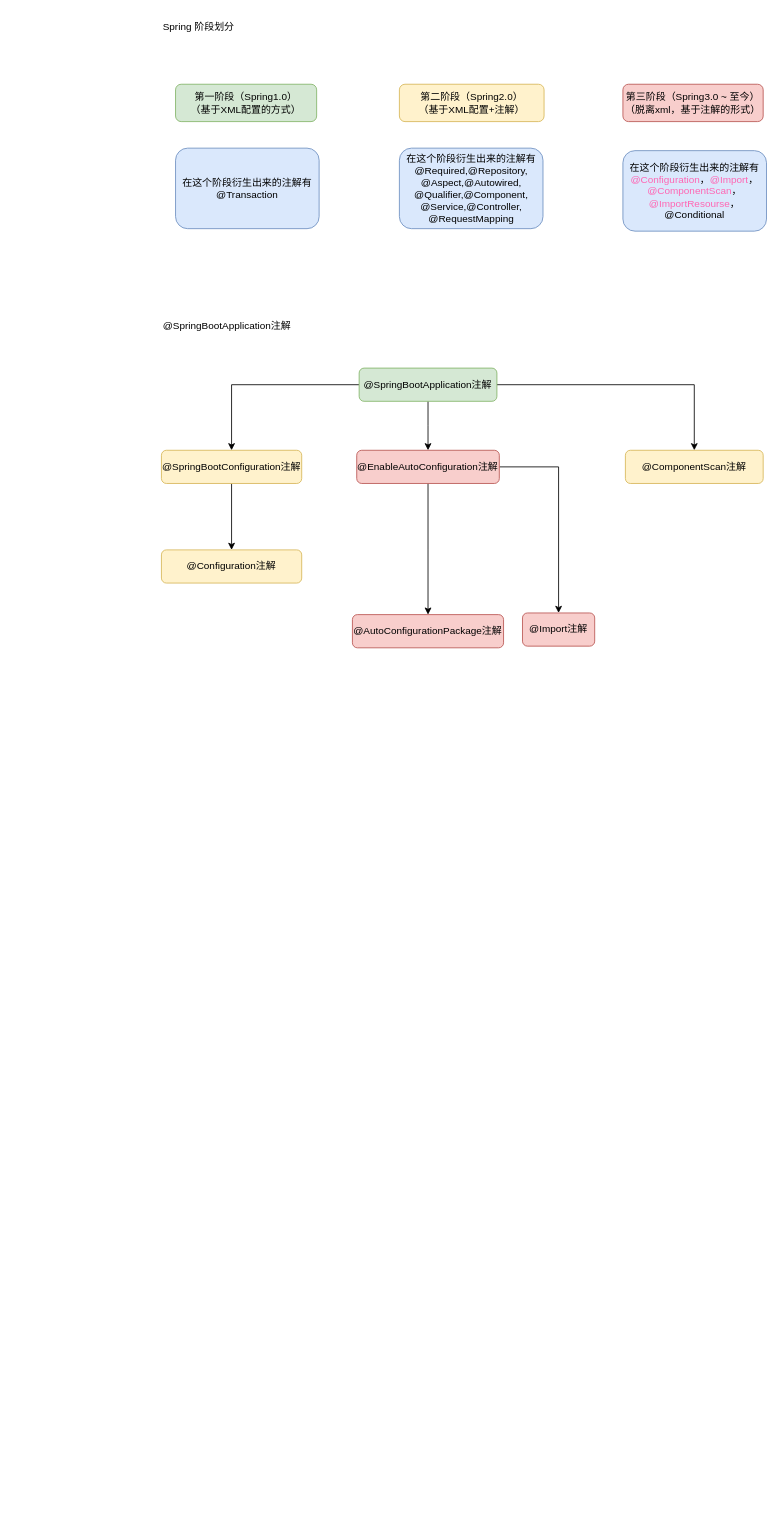
Above: Springboot/SpringBoot自动装配.drawio in niuxiaocong/knowledage-notes (draw.io), before the change. Source tidied: cells renumbered, new cells numbered last; positions are measured from the earlier drawing's top-left corner, leaving out a move shared by most shapes. Both pictures are drawn from the tidied source at 83%, with x=0, y=0 at pixel (161, 14).
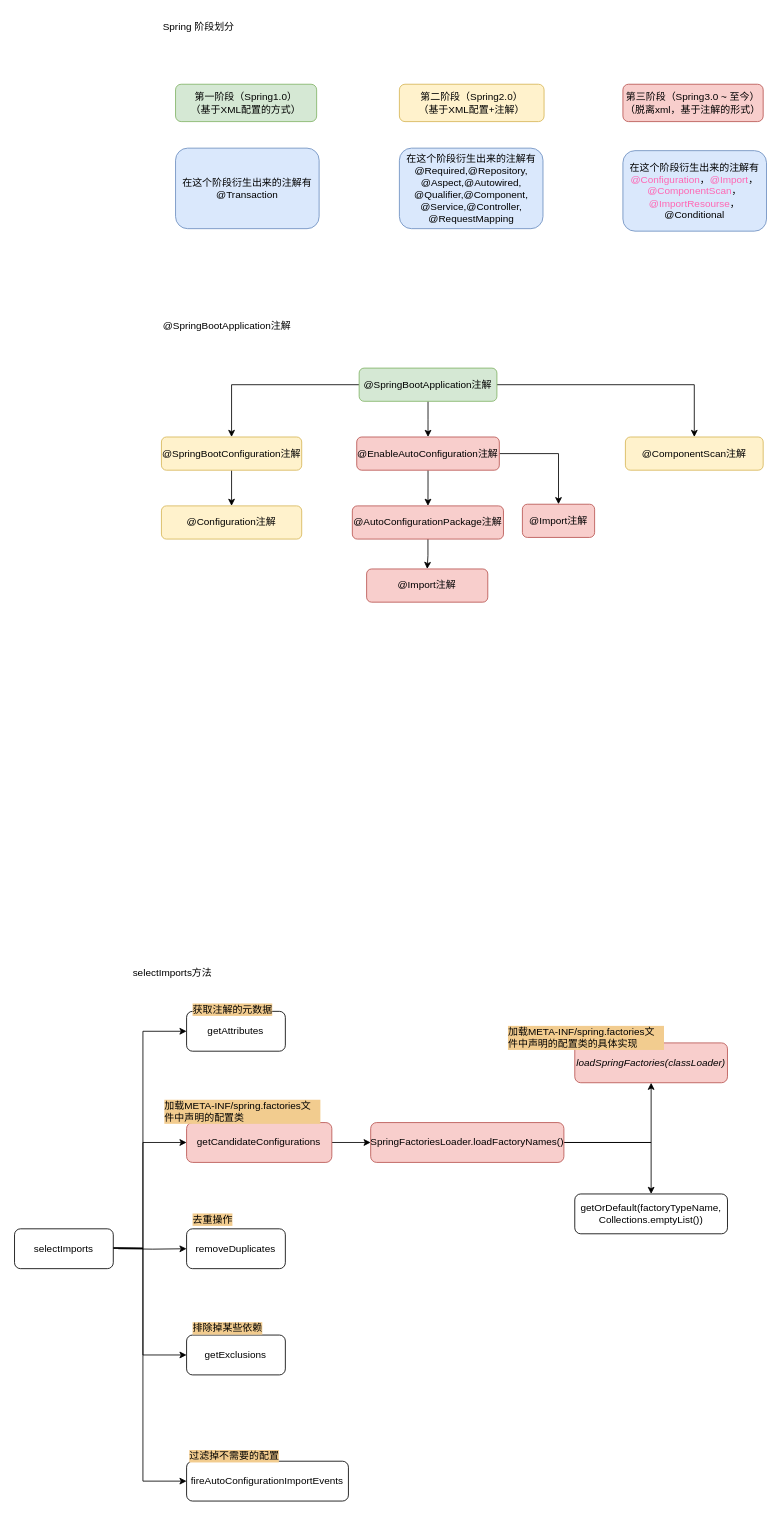
After the change.

Commit message:
更新SpringBoot自动装配.drawio

Diff of the diagram source:
```diff
@@
     <mxCell id="13" value="@SpringBootConfiguration注解" style="rounded=1;whiteSpace=wrap;html=1;fillColor=#fff2cc;strokeColor=#d6b656;" parent="1" vertex="1">
-      <mxGeometry y="525" width="169" height="40" as="geometry" />
+      <mxGeometry y="509" width="169" height="40" as="geometry" />
     </mxCell>
@@
     <mxCell id="16" value="@EnableAutoConfiguration注解" style="rounded=1;whiteSpace=wrap;html=1;fillColor=#f8cecc;strokeColor=#b85450;" parent="1" vertex="1">
-      <mxGeometry x="235.3" y="525" width="171.8" height="40" as="geometry" />
+      <mxGeometry x="235.3" y="509" width="171.8" height="40" as="geometry" />
     </mxCell>
     <mxCell id="17" value="@ComponentScan注解" style="rounded=1;whiteSpace=wrap;html=1;fillColor=#fff2cc;strokeColor=#d6b656;" parent="1" vertex="1">
-      <mxGeometry x="559" y="525" width="166" height="40" as="geometry" />
+      <mxGeometry x="559" y="509" width="166" height="40" as="geometry" />
     </mxCell>
     <mxCell id="18" value="@Configuration注解" style="rounded=1;whiteSpace=wrap;html=1;fillColor=#fff2cc;strokeColor=#d6b656;" parent="1" vertex="1">
-      <mxGeometry y="645" width="169" height="40" as="geometry" />
+      <mxGeometry y="592" width="169" height="40" as="geometry" />
     </mxCell>
+    <mxCell id="23" style="edgeStyle=orthogonalEdgeStyle;rounded=0;jettySize=auto;html=1;" parent="1" edge="1" source="19" target="24">
+      <mxGeometry relative="1" as="geometry" />
+    </mxCell>
     <mxCell id="19" value="@AutoConfigurationPackage注解" style="rounded=1;whiteSpace=wrap;html=1;fillColor=#f8cecc;strokeColor=#b85450;" parent="1" vertex="1">
-      <mxGeometry x="230.1" y="723" width="182.1" height="40" as="geometry" />
+      <mxGeometry x="230" y="592" width="182.1" height="40" as="geometry" />
     </mxCell>
     <mxCell id="20" value="@Import注解" style="rounded=1;whiteSpace=wrap;html=1;fillColor=#f8cecc;strokeColor=#b85450;" parent="1" vertex="1">
-      <mxGeometry x="435" y="721" width="87" height="40" as="geometry" />
+      <mxGeometry x="434.9" y="590" width="87" height="40" as="geometry" />
     </mxCell>
@@
+    <mxCell id="24" value="@Import注解" style="rounded=1;whiteSpace=wrap;html=1;fillColor=#f8cecc;strokeColor=#b85450;" parent="1" vertex="1">
+      <mxGeometry x="247.2" y="668" width="146" height="40" as="geometry" />
+    </mxCell>
+    <mxCell id="25" value="&lt;span style=&quot;text-align: left;&quot;&gt;selectImports方法&lt;/span&gt;" style="text;html=1;align=center;verticalAlign=middle;whiteSpace=wrap;rounded=0;" parent="1" vertex="1">
+      <mxGeometry x="-46" y="1140" width="119" height="30" as="geometry" />
+    </mxCell>
+    <mxCell id="26" style="edgeStyle=orthogonalEdgeStyle;rounded=0;jettySize=auto;html=1;" parent="1" edge="1" source="27" target="45">
+      <mxGeometry relative="1" as="geometry" />
+    </mxCell>
+    <mxCell id="27" value="&lt;div style=&quot;text-align: left;&quot;&gt;&lt;span style=&quot;&quot;&gt;getCandidateConfigurations&lt;/span&gt;&lt;/div&gt;" style="rounded=1;whiteSpace=wrap;html=1;labelBackgroundColor=none;fillColor=#f8cecc;strokeColor=#b85450;" parent="1" vertex="1">
+      <mxGeometry x="30.3" y="1335" width="175" height="48" as="geometry" />
+    </mxCell>
+    <mxCell id="28" style="edgeStyle=orthogonalEdgeStyle;rounded=0;jettySize=auto;html=1;entryX=0;entryY=0.5;entryDx=0;entryDy=0;" parent="1" edge="1" target="27">
+      <mxGeometry relative="1" as="geometry">
+        <mxPoint x="-76" y="1486" as="sourcePoint" />
+      </mxGeometry>
+    </mxCell>
+    <mxCell id="29" style="edgeStyle=orthogonalEdgeStyle;rounded=0;jettySize=auto;html=1;entryX=0;entryY=0.5;entryDx=0;entryDy=0;" parent="1" edge="1" target="37">
+      <mxGeometry relative="1" as="geometry">
+        <mxPoint x="-76" y="1486" as="sourcePoint" />
+      </mxGeometry>
+    </mxCell>
+    <mxCell id="30" style="edgeStyle=orthogonalEdgeStyle;rounded=0;jettySize=auto;html=1;entryX=0;entryY=0.5;entryDx=0;entryDy=0;" parent="1" edge="1" target="36">
+      <mxGeometry relative="1" as="geometry">
+        <mxPoint x="-76" y="1486" as="sourcePoint" />
+      </mxGeometry>
+    </mxCell>
+    <mxCell id="31" style="edgeStyle=orthogonalEdgeStyle;rounded=0;jettySize=auto;html=1;entryX=0;entryY=0.5;entryDx=0;entryDy=0;" parent="1" edge="1" target="35">
+      <mxGeometry relative="1" as="geometry">
+        <mxPoint x="-76" y="1486" as="sourcePoint" />
+      </mxGeometry>
+    </mxCell>
+    <mxCell id="32" style="edgeStyle=orthogonalEdgeStyle;rounded=0;jettySize=auto;html=1;" parent="1" edge="1" target="34">
+      <mxGeometry relative="1" as="geometry">
+        <mxPoint x="-52" y="1487" as="sourcePoint" />
+      </mxGeometry>
+    </mxCell>
+    <mxCell id="33" value="&lt;span style=&quot;text-align: left;&quot;&gt;selectImports&lt;/span&gt;" style="rounded=1;whiteSpace=wrap;html=1;" parent="1" vertex="1">
+      <mxGeometry x="-177" y="1463" width="119" height="48" as="geometry" />
+    </mxCell>
+    <mxCell id="34" value="&lt;div style=&quot;text-align: left;&quot;&gt;&lt;span style=&quot;background-color: transparent;&quot;&gt;removeDuplicates&lt;/span&gt;&lt;/div&gt;" style="rounded=1;whiteSpace=wrap;html=1;" parent="1" vertex="1">
+      <mxGeometry x="30.3" y="1463" width="119" height="48" as="geometry" />
+    </mxCell>
+    <mxCell id="35" value="&lt;div style=&quot;text-align: left;&quot;&gt;&lt;span style=&quot;background-color: transparent;&quot;&gt;getExclusions&lt;/span&gt;&lt;/div&gt;" style="rounded=1;whiteSpace=wrap;html=1;" parent="1" vertex="1">
+      <mxGeometry x="30.3" y="1591" width="119" height="48" as="geometry" />
+    </mxCell>
+    <mxCell id="36" value="&lt;div style=&quot;text-align: left;&quot;&gt;&lt;span style=&quot;background-color: transparent;&quot;&gt;fireAutoConfigurationImportEvents&lt;/span&gt;&lt;/div&gt;" style="rounded=1;whiteSpace=wrap;html=1;" parent="1" vertex="1">
+      <mxGeometry x="30.3" y="1743" width="195" height="48" as="geometry" />
+    </mxCell>
+    <mxCell id="37" value="getAttributes" style="rounded=1;whiteSpace=wrap;html=1;" parent="1" vertex="1">
+      <mxGeometry x="30.3" y="1201" width="119" height="48" as="geometry" />
+    </mxCell>
+    <mxCell id="38" value="&lt;span style=&quot;&quot;&gt;加载META-INF/spring.factories文件中声明的配置类&lt;/span&gt;" style="text;html=1;align=left;verticalAlign=middle;whiteSpace=wrap;rounded=0;labelBackgroundColor=#F2CC8F;rotation=0;" parent="1" vertex="1">
+      <mxGeometry x="2" y="1307" width="190" height="30" as="geometry" />
+    </mxCell>
+    <mxCell id="39" value="获取注解的元数据" style="text;html=1;align=left;verticalAlign=middle;whiteSpace=wrap;rounded=0;labelBackgroundColor=#F2CC8F;" parent="1" vertex="1">
+      <mxGeometry x="36" y="1184" width="107.5" height="30" as="geometry" />
+    </mxCell>
+    <mxCell id="40" value="去重操作" style="text;html=1;align=left;verticalAlign=middle;whiteSpace=wrap;rounded=0;labelBackgroundColor=#F2CC8F;" parent="1" vertex="1">
+      <mxGeometry x="36" y="1437" width="86.5" height="30" as="geometry" />
+    </mxCell>
+    <mxCell id="41" value="排除掉某些依赖" style="text;html=1;align=left;verticalAlign=middle;whiteSpace=wrap;rounded=0;labelBackgroundColor=#F2CC8F;" parent="1" vertex="1">
+      <mxGeometry x="36" y="1568" width="86.5" height="30" as="geometry" />
+    </mxCell>
+    <mxCell id="42" value="过滤掉不需要的配置" style="text;html=1;align=left;verticalAlign=middle;whiteSpace=wrap;rounded=0;labelBackgroundColor=#F2CC8F;" parent="1" vertex="1">
+      <mxGeometry x="32.3" y="1722" width="111" height="30" as="geometry" />
+    </mxCell>
+    <mxCell id="43" style="edgeStyle=orthogonalEdgeStyle;rounded=0;jettySize=auto;html=1;" parent="1" edge="1" source="45" target="46">
+      <mxGeometry relative="1" as="geometry" />
+    </mxCell>
+    <mxCell id="44" style="edgeStyle=orthogonalEdgeStyle;rounded=0;jettySize=auto;html=1;" parent="1" edge="1" source="45" target="47">
+      <mxGeometry relative="1" as="geometry" />
+    </mxCell>
+    <mxCell id="45" value="SpringFactoriesLoader.loadFactoryNames()" style="rounded=1;whiteSpace=wrap;html=1;labelBackgroundColor=none;fillColor=#f8cecc;strokeColor=#b85450;" parent="1" vertex="1">
+      <mxGeometry x="252.1" y="1335" width="232.8" height="48" as="geometry" />
+    </mxCell>
+    <mxCell id="46" value="&lt;i&gt;loadSpringFactories(classLoader)&lt;br&gt;&lt;/i&gt;" style="rounded=1;whiteSpace=wrap;html=1;labelBackgroundColor=none;fillColor=#f8cecc;strokeColor=#b85450;" parent="1" vertex="1">
+      <mxGeometry x="498" y="1239" width="184" height="48" as="geometry" />
+    </mxCell>
+    <mxCell id="47" value="getOrDefault(factoryTypeName, Collections.emptyList())" style="rounded=1;whiteSpace=wrap;html=1;labelBackgroundColor=none;fillColor=default;" parent="1" vertex="1">
+      <mxGeometry x="498" y="1421" width="184" height="48" as="geometry" />
+    </mxCell>
+    <mxCell id="48" value="&lt;span style=&quot;&quot;&gt;加载META-INF/spring.factories文件中声明的配置类的具体实现&lt;/span&gt;" style="text;html=1;align=left;verticalAlign=middle;whiteSpace=wrap;rounded=0;labelBackgroundColor=#F2CC8F;rotation=0;" parent="1" vertex="1">
+      <mxGeometry x="416" y="1218" width="190" height="30" as="geometry" />
+    </mxCell>
```
